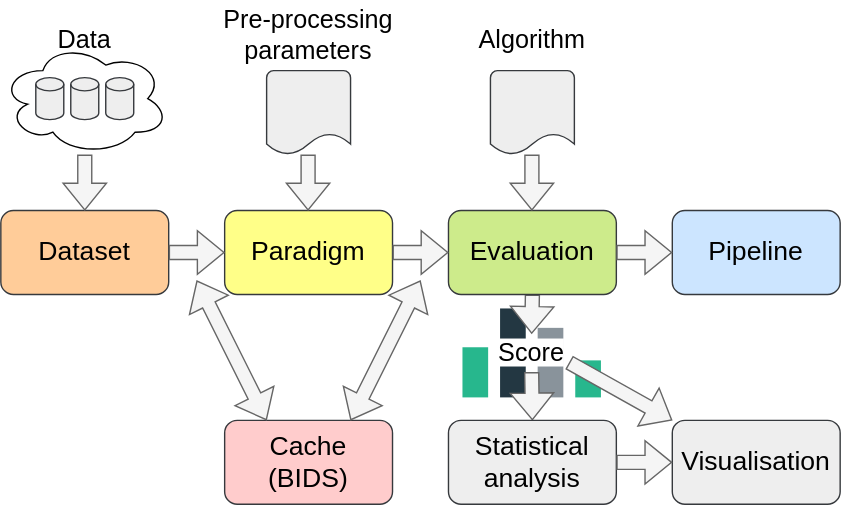
This is docs/source/images/architecture.svg from NeuroTechX/moabb, a draw.io export, as it was before one commit. Source tidied: cells renumbered, new cells last; positions are measured from the earlier drawing's top-left corner, leaving out a move shared by most shapes.
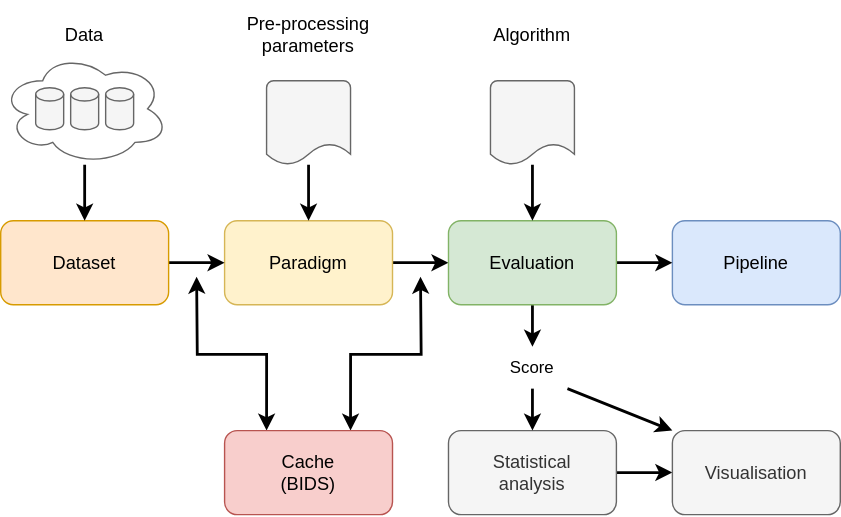
The same file after the commit.

Commit message:
Increase spacing diagram

The edit, as a diff of the source:
```diff
@@ -2,117 +2,102 @@
   <root>
     <mxCell id="0" />
     <mxCell id="1" parent="0" />
-    <mxCell id="2" style="group;" parent="1" vertex="1">
-      <mxGeometry x="330" y="220" width="99" height="63.6" as="geometry" />
-    </mxCell>
-    <mxCell id="3" style="rounded=0;whiteSpace=wrap;html=1;fillColor=#27b78d;strokeColor=none;" parent="2" vertex="1">
-      <mxGeometry y="27.7" width="18.3" height="35.8" as="geometry" />
-    </mxCell>
-    <mxCell id="4" style="rounded=0;whiteSpace=wrap;html=1;fillColor=#27b78d;strokeColor=none;" parent="2" vertex="1">
-      <mxGeometry x="80.6" y="37.1" width="18.3" height="26.5" as="geometry" />
-    </mxCell>
-    <mxCell id="5" style="rounded=0;whiteSpace=wrap;html=1;fillColor=#233742;strokeColor=none;" parent="2" vertex="1">
-      <mxGeometry x="26.9" width="18.3" height="63.6" as="geometry" />
-    </mxCell>
-    <mxCell id="6" style="rounded=0;whiteSpace=wrap;html=1;fillColor=#89939b;strokeColor=none;" parent="2" vertex="1">
-      <mxGeometry x="53.8" y="13.9" width="18.3" height="49.7" as="geometry" />
-    </mxCell>
-    <mxCell id="7" value="&lt;font style=&quot;font-size: 18px; background-color: rgb(255, 255, 255);&quot;&gt;Score&lt;/font&gt;" style="text;html=1;strokeColor=none;fillColor=none;align=center;verticalAlign=middle;whiteSpace=wrap;rounded=0;" parent="2" vertex="1">
-      <mxGeometry x="22.8" y="18.1" width="53.4" height="27.3" as="geometry" />
-    </mxCell>
-    <mxCell id="8" style="shape=flexArrow;endArrow=classic;html=1;rounded=0;entryX=0;entryY=0;entryDx=0;entryDy=0;fillColor=#f5f5f5;exitX=1;exitY=0.75;exitDx=0;exitDy=0;strokeColor=#666666;" parent="1" edge="1" source="7" target="16">
-      <mxGeometry relative="1" as="geometry" />
-    </mxCell>
-    <mxCell id="9" style="shape=flexArrow;endArrow=classic;html=1;rounded=0;entryX=0.5;entryY=0;entryDx=0;entryDy=0;fillColor=#f5f5f5;strokeColor=#666666;exitX=0.5;exitY=1;exitDx=0;exitDy=0;" parent="1" edge="1" source="7" target="13">
-      <mxGeometry relative="1" as="geometry" />
-    </mxCell>
-    <mxCell id="10" style="shape=flexArrow;endArrow=classic;html=1;rounded=0;exitX=0.5;exitY=1;exitDx=0;exitDy=0;fillColor=#f5f5f5;strokeColor=#666666;entryX=0.5;entryY=0;entryDx=0;entryDy=0;" parent="1" edge="1" source="15" target="7">
-      <mxGeometry relative="1" as="geometry" />
-    </mxCell>
+    <mxCell id="19" style="edgeStyle=orthogonalEdgeStyle;rounded=0;jettySize=auto;html=1;exitX=1;exitY=0.5;exitDx=0;exitDy=0;entryX=0;entryY=0.5;entryDx=0;entryDy=0;strokeWidth=2;" parent="1" edge="1" source="11" target="15">
+      <mxGeometry relative="1" as="geometry" />
+    </mxCell>
-    <mxCell id="11" value="Paradigm" style="rounded=1;whiteSpace=wrap;html=1;fontSize=19;fillColor=#ffff88;strokeColor=#36393d;" parent="1" vertex="1">
+    <mxCell id="11" value="Paradigm" style="rounded=1;whiteSpace=wrap;html=1;fontSize=13;fillColor=#fff2cc;strokeColor=#d6b656;" parent="1" vertex="1">
       <mxGeometry x="160" y="150" width="120" height="60" as="geometry" />
     </mxCell>
-    <mxCell id="12" value="Pipeline" style="rounded=1;whiteSpace=wrap;html=1;fontSize=19;fillColor=#cce5ff;strokeColor=#36393d;" parent="1" vertex="1">
+    <mxCell id="12" value="Pipeline" style="rounded=1;whiteSpace=wrap;html=1;fontSize=13;fillColor=#dae8fc;strokeColor=#6c8ebf;" parent="1" vertex="1">
       <mxGeometry x="480" y="150" width="120" height="60" as="geometry" />
     </mxCell>
+    <mxCell id="22" style="edgeStyle=orthogonalEdgeStyle;rounded=0;jettySize=auto;html=1;exitX=1;exitY=0.5;exitDx=0;exitDy=0;entryX=0;entryY=0.5;entryDx=0;entryDy=0;strokeWidth=2;" parent="1" edge="1" source="13" target="16">
+      <mxGeometry relative="1" as="geometry" />
+    </mxCell>
-    <mxCell id="13" value="Statistical&lt;br style=&quot;font-size: 19px;&quot;&gt;analysis" style="rounded=1;whiteSpace=wrap;html=1;fontSize=19;fillColor=#eeeeee;strokeColor=#36393d;" parent="1" vertex="1">
+    <mxCell id="13" value="Statistical&lt;br style=&quot;font-size: 13px;&quot;&gt;analysis" style="rounded=1;whiteSpace=wrap;html=1;fontSize=13;fillColor=#f5f5f5;strokeColor=#666666;fontColor=#333333;" parent="1" vertex="1">
       <mxGeometry x="320" y="300" width="120" height="60" as="geometry" />
     </mxCell>
+    <mxCell id="18" style="edgeStyle=orthogonalEdgeStyle;rounded=0;jettySize=auto;html=1;entryX=0;entryY=0.5;entryDx=0;entryDy=0;fillColor=#f8cecc;strokeColor=#000000;strokeWidth=2;sourcePerimeterSpacing=5;targetPerimeterSpacing=0;exitX=1;exitY=0.5;exitDx=0;exitDy=0;jumpStyle=none;" parent="1" edge="1" source="14" target="11">
+      <mxGeometry relative="1" as="geometry" />
+    </mxCell>
-    <mxCell id="14" value="Dataset" style="rounded=1;whiteSpace=wrap;html=1;fontSize=19;fillColor=#ffcc99;strokeColor=#36393d;" parent="1" vertex="1">
+    <mxCell id="14" value="Dataset" style="rounded=1;whiteSpace=wrap;html=1;fontSize=13;fillColor=#ffe6cc;strokeColor=#d79b00;" parent="1" vertex="1">
       <mxGeometry y="150" width="120" height="60" as="geometry" />
     </mxCell>
+    <mxCell id="20" style="edgeStyle=orthogonalEdgeStyle;rounded=0;jettySize=auto;html=1;exitX=1;exitY=0.5;exitDx=0;exitDy=0;entryX=0;entryY=0.5;entryDx=0;entryDy=0;strokeWidth=2;" parent="1" edge="1" source="15" target="12">
+      <mxGeometry relative="1" as="geometry" />
+    </mxCell>
+    <mxCell id="10" style="edgeStyle=orthogonalEdgeStyle;rounded=0;jettySize=auto;html=1;exitX=0.5;exitY=1;exitDx=0;exitDy=0;entryX=0.5;entryY=0;entryDx=0;entryDy=0;strokeWidth=2;" parent="1" edge="1" source="15" target="7">
+      <mxGeometry relative="1" as="geometry" />
+    </mxCell>
-    <mxCell id="15" value="Evaluation" style="rounded=1;whiteSpace=wrap;html=1;fontSize=19;fillColor=#cdeb8b;strokeColor=#36393d;" parent="1" vertex="1">
+    <mxCell id="15" value="Evaluation" style="rounded=1;whiteSpace=wrap;html=1;fontSize=13;fillColor=#d5e8d4;strokeColor=#82b366;" parent="1" vertex="1">
       <mxGeometry x="320" y="150" width="120" height="60" as="geometry" />
     </mxCell>
-    <mxCell id="16" value="Visualisation" style="rounded=1;whiteSpace=wrap;html=1;fontSize=19;fillColor=#eeeeee;strokeColor=#36393d;" parent="1" vertex="1">
+    <mxCell id="16" value="Visualisation" style="rounded=1;whiteSpace=wrap;html=1;fontSize=13;fillColor=#f5f5f5;strokeColor=#666666;fontColor=#333333;" parent="1" vertex="1">
       <mxGeometry x="480" y="300" width="120" height="60" as="geometry" />
     </mxCell>
-    <mxCell id="17" style="ellipse;shape=cloud;whiteSpace=wrap;html=1;" parent="1" vertex="1">
-      <mxGeometry y="30" width="120" height="80" as="geometry" />
-    </mxCell>
-    <mxCell id="18" style="shape=flexArrow;endArrow=classic;html=1;rounded=0;exitX=1;exitY=0.5;exitDx=0;exitDy=0;entryX=0;entryY=0.5;entryDx=0;entryDy=0;fillColor=#f5f5f5;strokeColor=#666666;" parent="1" edge="1" source="14" target="11">
-      <mxGeometry relative="1" as="geometry" />
-    </mxCell>
-    <mxCell id="19" style="shape=flexArrow;endArrow=classic;html=1;rounded=0;exitX=1;exitY=0.5;exitDx=0;exitDy=0;entryX=0;entryY=0.5;entryDx=0;entryDy=0;fillColor=#f5f5f5;strokeColor=#666666;" parent="1" edge="1" source="11" target="15">
-      <mxGeometry relative="1" as="geometry" />
-    </mxCell>
-    <mxCell id="20" style="shape=flexArrow;endArrow=classic;html=1;rounded=0;exitX=1;exitY=0.5;exitDx=0;exitDy=0;entryX=0;entryY=0.5;entryDx=0;entryDy=0;fillColor=#f5f5f5;strokeColor=#666666;" parent="1" edge="1" source="15" target="12">
-      <mxGeometry relative="1" as="geometry" />
-    </mxCell>
-    <mxCell id="21" style="shape=flexArrow;endArrow=classic;html=1;rounded=0;entryX=0.5;entryY=0;entryDx=0;entryDy=0;exitX=0.5;exitY=1;exitDx=0;exitDy=0;exitPerimeter=0;fillColor=#f5f5f5;strokeColor=#666666;" parent="1" edge="1" source="17" target="14">
+    <mxCell id="21" style="edgeStyle=orthogonalEdgeStyle;rounded=0;jettySize=auto;html=1;entryX=0.5;entryY=0;entryDx=0;entryDy=0;strokeWidth=2;" parent="1" edge="1" source="17" target="14">
       <mxGeometry relative="1" as="geometry" />
     </mxCell>
-    <mxCell id="22" style="shape=flexArrow;endArrow=classic;html=1;rounded=0;exitX=1;exitY=0.5;exitDx=0;exitDy=0;entryX=0;entryY=0.5;entryDx=0;entryDy=0;fillColor=#f5f5f5;strokeColor=#666666;" parent="1" edge="1" source="13" target="16">
-      <mxGeometry relative="1" as="geometry" />
-    </mxCell>
-    <mxCell id="23" value="&lt;font style=&quot;font-size: 18px;&quot;&gt;Data&lt;/font&gt;" style="text;html=1;strokeColor=none;fillColor=none;align=center;verticalAlign=middle;whiteSpace=wrap;rounded=0;" parent="1" vertex="1">
-      <mxGeometry x="30" y="15" width="60" height="25" as="geometry" />
+    <mxCell id="23" value="&lt;font style=&quot;font-size: 13px;&quot;&gt;Data&lt;/font&gt;" style="text;html=1;strokeColor=none;fillColor=none;align=center;verticalAlign=middle;whiteSpace=wrap;rounded=0;fontSize=13;" parent="1" vertex="1">
+      <mxGeometry x="30" y="5" width="60" height="25" as="geometry" />
     </mxCell>
-    <mxCell id="24" style="strokeWidth=1;html=1;shape=mxgraph.flowchart.document2;whiteSpace=wrap;size=0.25;fillColor=#eeeeee;strokeColor=#36393d;" parent="1" vertex="1">
+    <mxCell id="24" style="strokeWidth=1;html=1;shape=mxgraph.flowchart.document2;whiteSpace=wrap;size=0.25;fillColor=#f5f5f5;strokeColor=#666666;fontSize=13;fontColor=#333333;" parent="1" vertex="1">
       <mxGeometry x="190" y="50" width="60" height="60" as="geometry" />
     </mxCell>
-    <mxCell id="25" style="shape=flexArrow;endArrow=classic;html=1;rounded=0;entryX=0.5;entryY=0;entryDx=0;entryDy=0;exitX=0.5;exitY=1;exitDx=0;exitDy=0;exitPerimeter=0;fillColor=#f5f5f5;strokeColor=#666666;" parent="1" edge="1">
-      <mxGeometry relative="1" as="geometry">
-        <mxPoint x="219.6" y="110" as="sourcePoint" />
-        <mxPoint x="219.6" y="150" as="targetPoint" />
-      </mxGeometry>
-    </mxCell>
-    <mxCell id="26" style="strokeWidth=1;html=1;shape=mxgraph.flowchart.document2;whiteSpace=wrap;size=0.25;fillColor=#eeeeee;strokeColor=#36393d;" parent="1" vertex="1">
+    <mxCell id="26" style="strokeWidth=1;html=1;shape=mxgraph.flowchart.document2;whiteSpace=wrap;size=0.25;fillColor=#f5f5f5;strokeColor=#666666;fontSize=13;fontColor=#333333;" parent="1" vertex="1">
       <mxGeometry x="350" y="50" width="60" height="60" as="geometry" />
     </mxCell>
-    <mxCell id="27" style="shape=flexArrow;endArrow=classic;html=1;rounded=0;entryX=0.5;entryY=0;entryDx=0;entryDy=0;exitX=0.5;exitY=1;exitDx=0;exitDy=0;exitPerimeter=0;fillColor=#f5f5f5;strokeColor=#666666;" parent="1" edge="1">
-      <mxGeometry relative="1" as="geometry">
-        <mxPoint x="379.6" y="110" as="sourcePoint" />
-        <mxPoint x="379.6" y="150" as="targetPoint" />
-      </mxGeometry>
-    </mxCell>
-    <mxCell id="28" value="&lt;font style=&quot;font-size: 18px;&quot;&gt;Pre-processing parameters&lt;/font&gt;" style="text;html=1;strokeColor=none;fillColor=none;align=center;verticalAlign=middle;whiteSpace=wrap;rounded=0;" parent="1" vertex="1">
-      <mxGeometry x="150" width="140" height="50" as="geometry" />
+    <mxCell id="28" value="&lt;font style=&quot;font-size: 13px;&quot;&gt;Pre-processing parameters&lt;/font&gt;" style="text;html=1;strokeColor=none;fillColor=none;align=center;verticalAlign=middle;whiteSpace=wrap;rounded=0;fontSize=13;" parent="1" vertex="1">
+      <mxGeometry x="150" y="-7.5" width="140" height="50" as="geometry" />
     </mxCell>
-    <mxCell id="29" value="&lt;font style=&quot;font-size: 18px;&quot;&gt;Algorithm&lt;/font&gt;" style="text;html=1;strokeColor=none;fillColor=none;align=center;verticalAlign=middle;whiteSpace=wrap;rounded=0;" parent="1" vertex="1">
-      <mxGeometry x="340" y="15" width="80" height="25" as="geometry" />
+    <mxCell id="29" value="&lt;font style=&quot;font-size: 13px;&quot;&gt;Algorithm&lt;/font&gt;" style="text;html=1;strokeColor=none;fillColor=none;align=center;verticalAlign=middle;whiteSpace=wrap;rounded=0;fontSize=13;" parent="1" vertex="1">
+      <mxGeometry x="340" y="5" width="80" height="25" as="geometry" />
     </mxCell>
+    <mxCell id="36" style="edgeStyle=orthogonalEdgeStyle;rounded=0;jettySize=auto;html=1;exitX=0.25;exitY=0;exitDx=0;exitDy=0;strokeWidth=2;startArrow=classic;startFill=1;" parent="1" edge="1" source="33">
+      <mxGeometry relative="1" as="geometry">
+        <mxPoint x="140" y="190" as="targetPoint" />
+      </mxGeometry>
+    </mxCell>
+    <mxCell id="37" style="edgeStyle=orthogonalEdgeStyle;rounded=0;jettySize=auto;html=1;exitX=0.75;exitY=0;exitDx=0;exitDy=0;strokeWidth=2;startArrow=classic;startFill=1;" parent="1" edge="1" source="33">
+      <mxGeometry relative="1" as="geometry">
+        <mxPoint x="300" y="190" as="targetPoint" />
+      </mxGeometry>
+    </mxCell>
+    <mxCell id="33" value="Cache&lt;br style=&quot;font-size: 13px;&quot;&gt;(BIDS)" style="rounded=1;whiteSpace=wrap;html=1;fontSize=13;fillColor=#f8cecc;strokeColor=#b85450;" parent="1" vertex="1">
+      <mxGeometry x="160" y="300" width="120" height="60" as="geometry" />
+    </mxCell>
+    <mxCell id="38" style="group;" parent="1" vertex="1">
+      <mxGeometry y="30" width="120" height="80" as="geometry" />
+    </mxCell>
+    <mxCell id="17" style="ellipse;shape=cloud;whiteSpace=wrap;html=1;fontSize=13;fillColor=#FFFFFF;fontColor=#333333;strokeColor=#666666;" parent="38" vertex="1">
+      <mxGeometry width="120" height="80" as="geometry" />
+    </mxCell>
+    <mxCell id="39" style="group;" parent="38" vertex="1">
+      <mxGeometry x="25" y="25" width="70" height="30" as="geometry" />
+    </mxCell>
-    <mxCell id="30" style="shape=cylinder3;whiteSpace=wrap;html=1;boundedLbl=1;backgroundOutline=1;size=4.714285714285808;fillColor=#eeeeee;strokeColor=#36393d;" parent="1" vertex="1">
-      <mxGeometry x="50" y="55" width="20" height="30" as="geometry" />
+    <mxCell id="30" style="shape=cylinder3;whiteSpace=wrap;html=1;boundedLbl=1;backgroundOutline=1;size=4.714285714285808;fillColor=#f5f5f5;strokeColor=#666666;fontSize=13;fontColor=#333333;" parent="39" vertex="1">
+      <mxGeometry x="25" width="20" height="30" as="geometry" />
     </mxCell>
-    <mxCell id="31" style="shape=cylinder3;whiteSpace=wrap;html=1;boundedLbl=1;backgroundOutline=1;size=4.714285714285808;fillColor=#eeeeee;strokeColor=#36393d;" parent="1" vertex="1">
-      <mxGeometry x="75" y="55" width="20" height="30" as="geometry" />
+    <mxCell id="31" style="shape=cylinder3;whiteSpace=wrap;html=1;boundedLbl=1;backgroundOutline=1;size=4.714285714285808;fillColor=#f5f5f5;strokeColor=#666666;fontSize=13;fontColor=#333333;" parent="39" vertex="1">
+      <mxGeometry x="50" width="20" height="30" as="geometry" />
     </mxCell>
-    <mxCell id="32" style="shape=cylinder3;whiteSpace=wrap;html=1;boundedLbl=1;backgroundOutline=1;size=4.714285714285808;fillColor=#eeeeee;strokeColor=#36393d;" parent="1" vertex="1">
-      <mxGeometry x="25" y="55" width="20" height="30" as="geometry" />
+    <mxCell id="32" style="shape=cylinder3;whiteSpace=wrap;html=1;boundedLbl=1;backgroundOutline=1;size=4.714285714285808;fillColor=#f5f5f5;strokeColor=#666666;fontSize=13;fontColor=#333333;" parent="39" vertex="1">
+      <mxGeometry width="20" height="30" as="geometry" />
     </mxCell>
-    <mxCell id="33" value="Cache&lt;br&gt;(BIDS)" style="rounded=1;whiteSpace=wrap;html=1;fontSize=19;fillColor=#ffcccc;strokeColor=#36393d;" parent="1" vertex="1">
-      <mxGeometry x="160" y="300" width="120" height="60" as="geometry" />
-    </mxCell>
-    <mxCell id="34" style="shape=flexArrow;endArrow=classic;startArrow=classic;html=1;rounded=0;exitX=0.25;exitY=0;exitDx=0;exitDy=0;fillColor=#f5f5f5;strokeColor=#666666;" parent="1" edge="1" source="33">
-      <mxGeometry relative="1" as="geometry">
-        <mxPoint x="140" y="200" as="targetPoint" />
-      </mxGeometry>
-    </mxCell>
-    <mxCell id="35" style="shape=flexArrow;endArrow=classic;startArrow=classic;html=1;rounded=0;exitX=0.75;exitY=0;exitDx=0;exitDy=0;fillColor=#f5f5f5;strokeColor=#666666;" parent="1" edge="1" source="33">
-      <mxGeometry relative="1" as="geometry">
-        <mxPoint x="300" y="200" as="targetPoint" />
-      </mxGeometry>
-    </mxCell>
+    <mxCell id="9" style="edgeStyle=orthogonalEdgeStyle;rounded=0;jettySize=auto;html=1;exitX=0.5;exitY=1;exitDx=0;exitDy=0;entryX=0.5;entryY=0;entryDx=0;entryDy=0;strokeWidth=2;" parent="1" edge="1" source="7" target="13">
+      <mxGeometry relative="1" as="geometry" />
+    </mxCell>
+    <mxCell id="8" style="rounded=0;jettySize=auto;html=1;exitX=1;exitY=1;exitDx=0;exitDy=0;entryX=0;entryY=0;entryDx=0;entryDy=0;strokeWidth=2;targetPerimeterSpacing=12;sourcePerimeterSpacing=7;" parent="1" edge="1" source="7" target="16">
+      <mxGeometry relative="1" as="geometry" />
+    </mxCell>
+    <mxCell id="7" value="Score" style="text;html=1;strokeColor=none;fillColor=none;align=center;verticalAlign=middle;whiteSpace=wrap;rounded=0;" parent="1" vertex="1">
+      <mxGeometry x="355" y="240" width="50" height="30" as="geometry" />
+    </mxCell>
+    <mxCell id="40" style="edgeStyle=orthogonalEdgeStyle;rounded=0;jettySize=auto;html=1;entryX=0.5;entryY=0;entryDx=0;entryDy=0;strokeWidth=2;" parent="1" edge="1" source="26" target="15">
+      <mxGeometry relative="1" as="geometry" />
+    </mxCell>
+    <mxCell id="41" style="edgeStyle=orthogonalEdgeStyle;rounded=0;jettySize=auto;html=1;entryX=0.5;entryY=0;entryDx=0;entryDy=0;strokeWidth=2;" parent="1" edge="1" source="24" target="11">
+      <mxGeometry relative="1" as="geometry" />
+    </mxCell>
   </root>
 </mxGraphModel>
```
